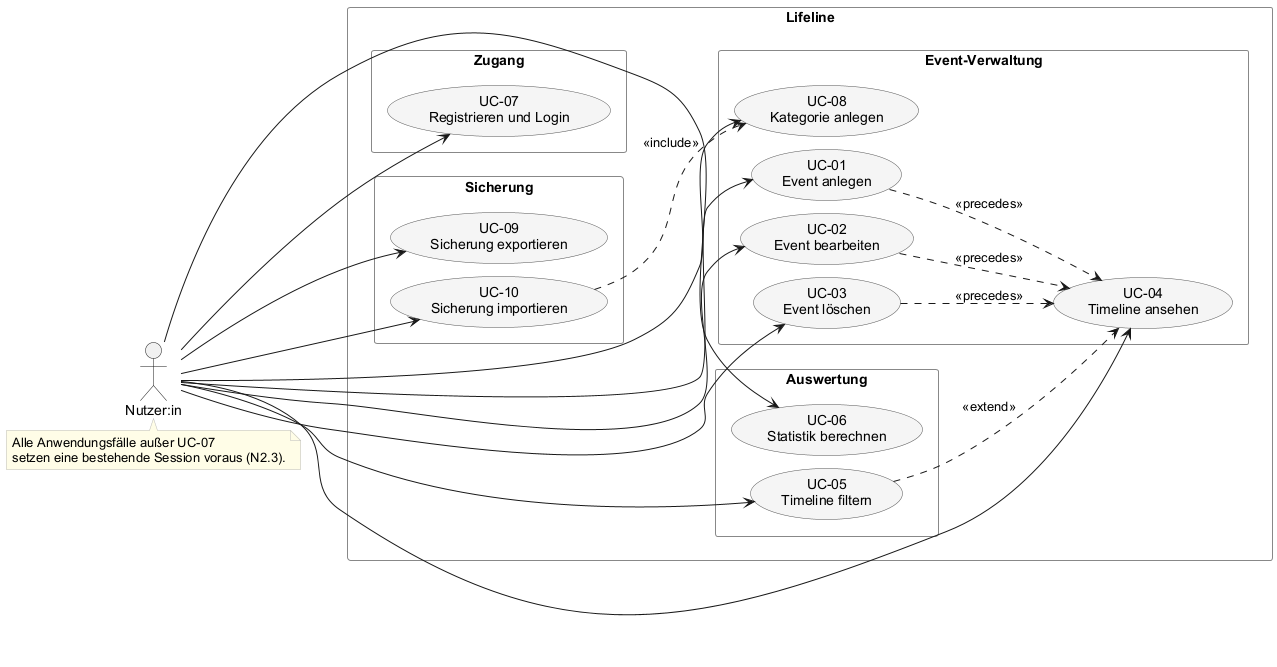
The PlantUML diagram docs/spec/diagrams-png/f2-use-cases.png in ksukh-ux/lifeline-project, before a commit. Its diagram source:
```plantuml
@startuml f2-use-cases
left to right direction
skinparam shadowing false
skinparam nodesep 12
skinparam ranksep 60
skinparam defaultFontName Arial
skinparam usecase {
  BackgroundColor #F5F5F5
  BorderColor #555555
}
skinparam rectangle {
  BorderColor #888888
}
skinparam note {
  BackgroundColor #FFFDE7
  BorderColor #BBBBBB
}

actor "Nutzer:in" as N

rectangle "Lifeline" {
  rectangle "Zugang" {
    usecase "UC-07\nRegistrieren und Login" as UC07
  }
  rectangle "Event-Verwaltung" {
    usecase "UC-01\nEvent anlegen" as UC01
    usecase "UC-02\nEvent bearbeiten" as UC02
    usecase "UC-03\nEvent löschen" as UC03
    usecase "UC-04\nTimeline ansehen" as UC04
    usecase "UC-08\nKategorie anlegen" as UC08
  }
  rectangle "Auswertung" {
    usecase "UC-05\nTimeline filtern" as UC05
    usecase "UC-06\nStatistik berechnen" as UC06
  }
  rectangle "Sicherung" {
    usecase "UC-09\nSicherung exportieren" as UC09
    usecase "UC-10\nSicherung importieren" as UC10
  }
}

N --> UC07
N --> UC01
N --> UC02
N --> UC03
N --> UC04
N --> UC08
N --> UC05
N --> UC06
N --> UC09
N --> UC10

UC01 ..> UC04 : <<precedes>>
UC02 ..> UC04 : <<precedes>>
UC03 ..> UC04 : <<precedes>>
UC05 ..> UC04 : <<extend>>
UC10 ..> UC08 : <<include>>

note bottom of N
  Alle Anwendungsfälle außer UC-07
  setzen eine bestehende Session voraus (N2.3).
end note
@enduml
```
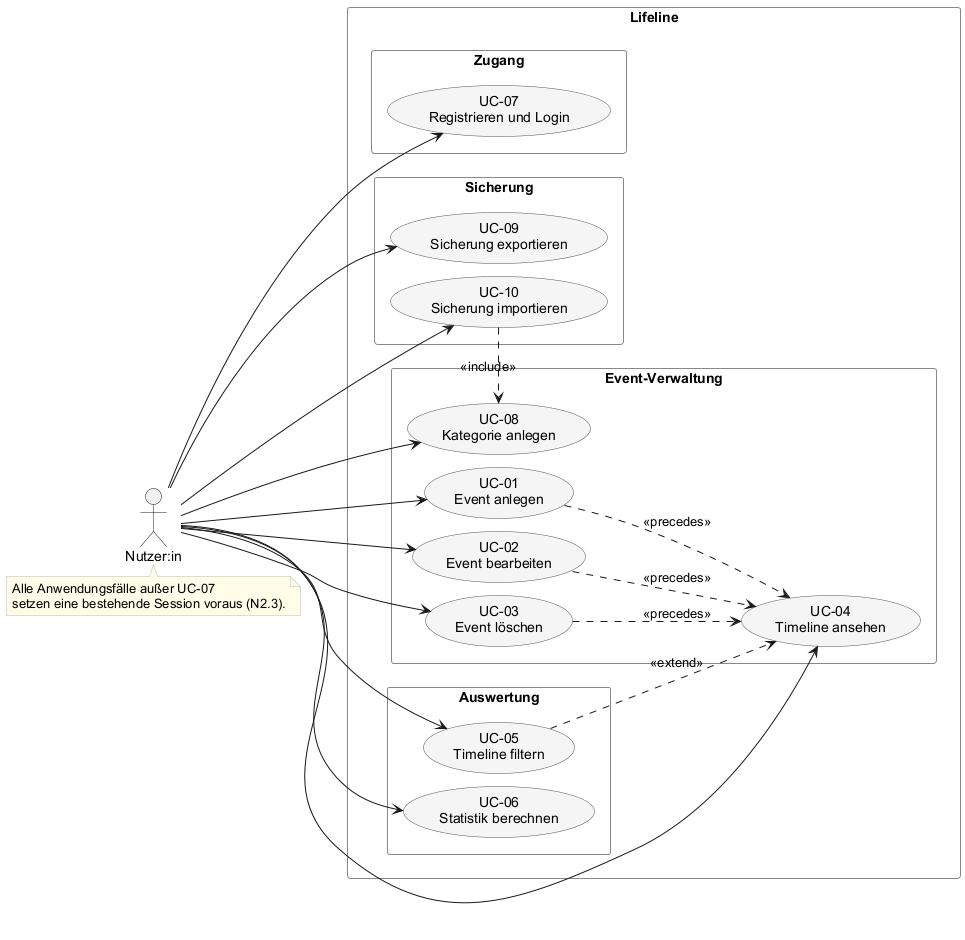
Above is the later version.

Commit message:
docs(spec): rearrange use case diagram so no edge crosses a foreign group

Groups are stacked in the order the actor reaches them and the include
edge no longer affects the ranking. Content is unchanged.

Change to the diagram source:
```diff
@@ -16,45 +16,46 @@
   BorderColor #BBBBBB
 }
 
+
 actor "Nutzer:in" as N
 
 rectangle "Lifeline" {
   rectangle "Zugang" {
     usecase "UC-07\nRegistrieren und Login" as UC07
   }
+  rectangle "Sicherung" {
+    usecase "UC-09\nSicherung exportieren" as UC09
+    usecase "UC-10\nSicherung importieren" as UC10
+  }
   rectangle "Event-Verwaltung" {
+    usecase "UC-08\nKategorie anlegen" as UC08
     usecase "UC-01\nEvent anlegen" as UC01
     usecase "UC-02\nEvent bearbeiten" as UC02
     usecase "UC-03\nEvent löschen" as UC03
     usecase "UC-04\nTimeline ansehen" as UC04
-    usecase "UC-08\nKategorie anlegen" as UC08
   }
   rectangle "Auswertung" {
     usecase "UC-05\nTimeline filtern" as UC05
     usecase "UC-06\nStatistik berechnen" as UC06
   }
-  rectangle "Sicherung" {
-    usecase "UC-09\nSicherung exportieren" as UC09
-    usecase "UC-10\nSicherung importieren" as UC10
-  }
 }
 
 N --> UC07
+N --> UC09
+N --> UC10
+N --> UC08
 N --> UC01
 N --> UC02
 N --> UC03
 N --> UC04
-N --> UC08
 N --> UC05
 N --> UC06
-N --> UC09
-N --> UC10
 
+UC10 .[norank].> UC08 : <<include>>
 UC01 ..> UC04 : <<precedes>>
 UC02 ..> UC04 : <<precedes>>
 UC03 ..> UC04 : <<precedes>>
 UC05 ..> UC04 : <<extend>>
-UC10 ..> UC08 : <<include>>
 
 note bottom of N
   Alle Anwendungsfälle außer UC-07
```
